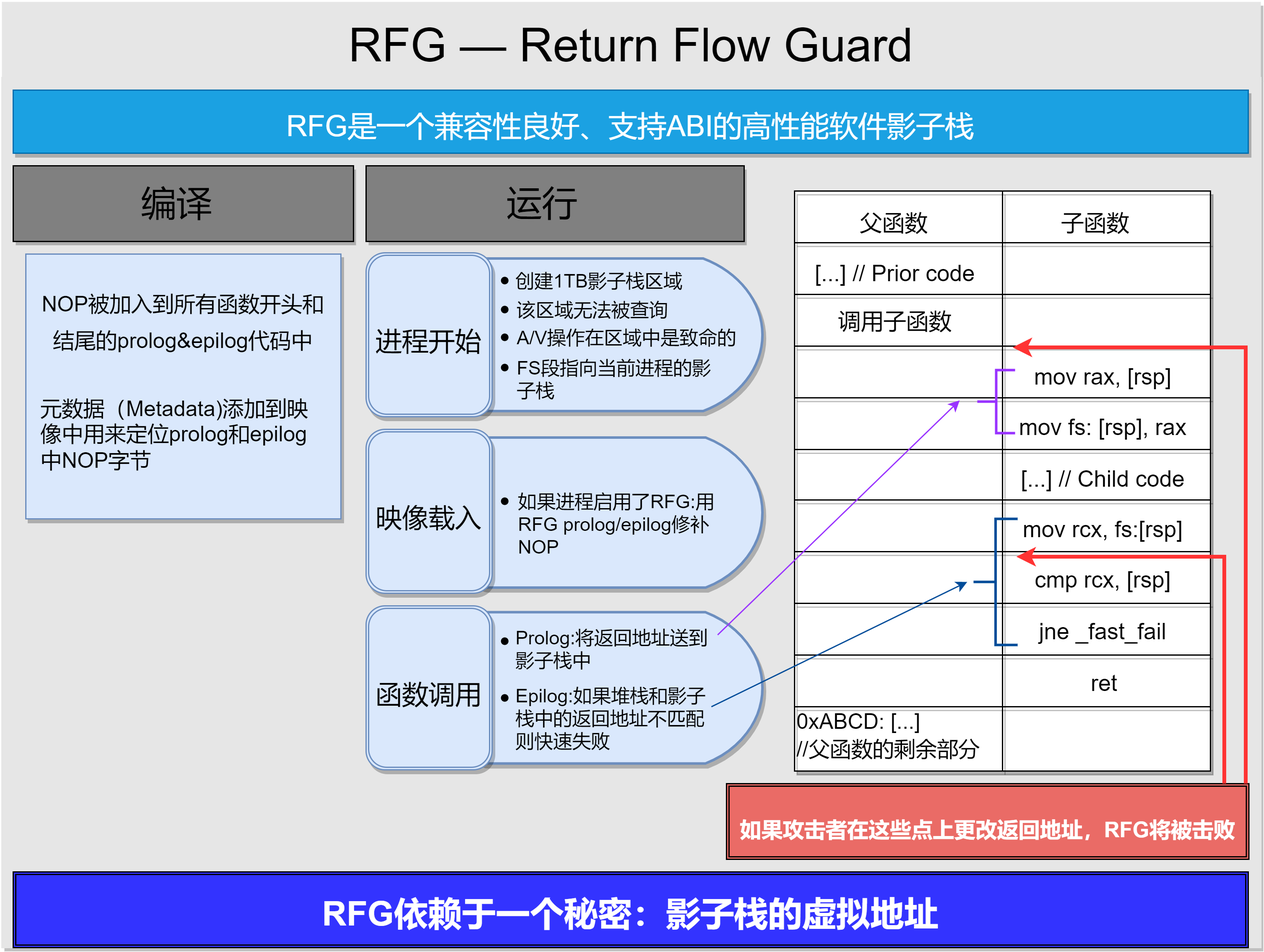
ZKX64/Textbook-graph keeps this draw.io diagram as Diagram6.drawio.png. Above is the earlier version. Source tidied: cells renumbered, new cells last; positions are measured from the earlier drawing's top-left corner, leaving out a move shared by most shapes.
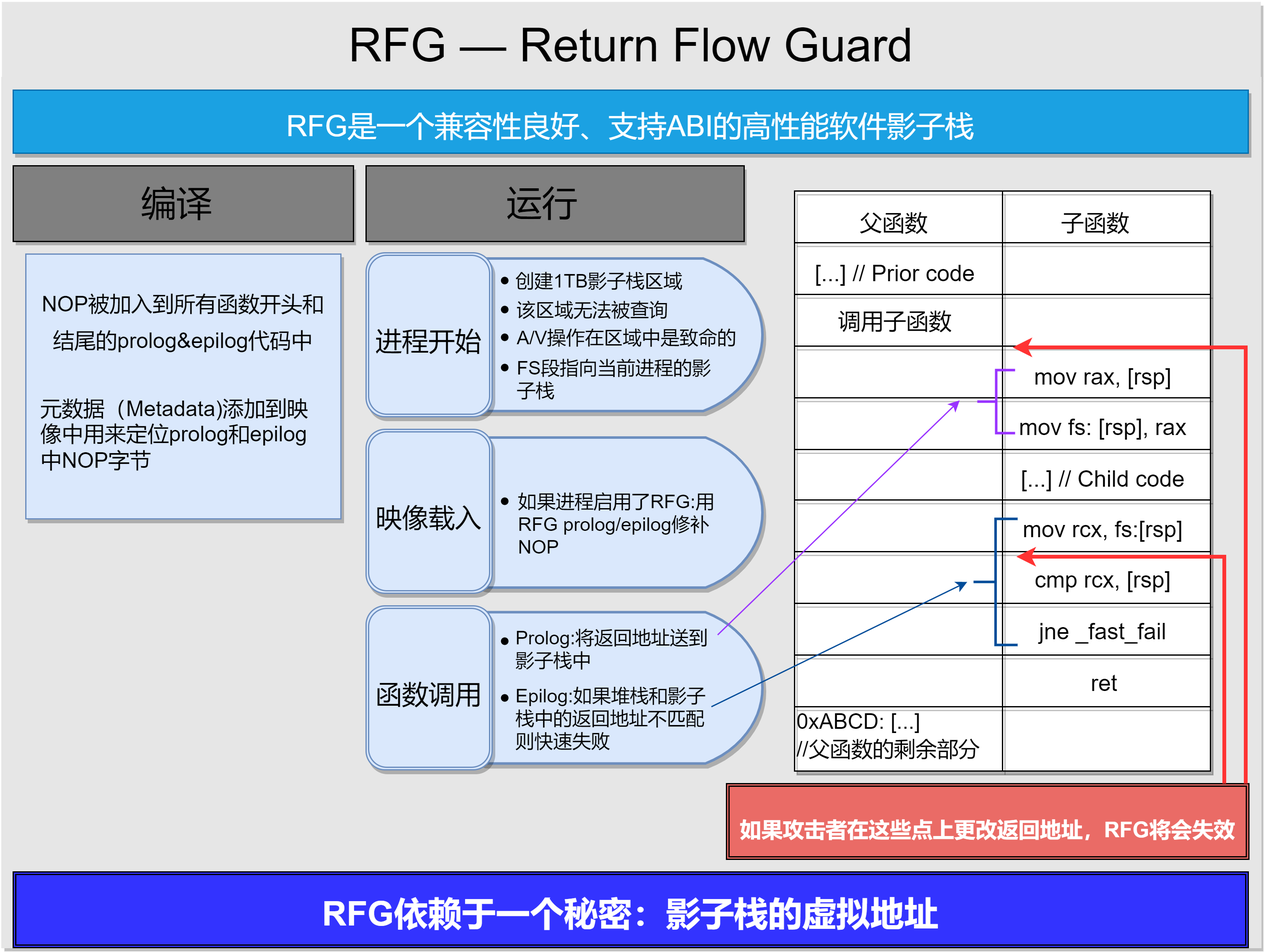
Later version of the same file.

The edit, as a diff of the source:
```diff
@@ -227,7 +227,7 @@
     <mxCell id="76" value="&lt;p style=&quot;line-height: 120%; font-size: 18px;&quot;&gt;&lt;font face=&quot;-apple-system, SF UI Text, Arial, PingFang SC, Hiragino Sans GB, Microsoft YaHei, WenQuanYi Micro Hei, sans-serif, SimHei, SimSun&quot;&gt;ret&lt;/font&gt;&lt;/p&gt;" style="text;whiteSpace=wrap;html=1;fontSize=18;fontColor=#000000;align=center;" parent="1" vertex="1">
       <mxGeometry x="795" y="506" width="160" height="55" as="geometry" />
     </mxCell>
-    <mxCell id="77" value="&lt;font color=&quot;#ffffff&quot; style=&quot;font-size: 17px;&quot;&gt;&lt;b&gt;如果攻击者在这些点上更改返回地址，RFG将被击败&lt;/b&gt;&lt;/font&gt;" style="shape=ext;double=1;rounded=0;whiteSpace=wrap;html=1;shadow=0;glass=0;labelBackgroundColor=none;sketch=0;strokeColor=#000000;strokeWidth=1;fontSize=36;fontColor=#000000;fillColor=#EA6B66;" parent="1" vertex="1">
+    <mxCell id="77" value="&lt;font color=&quot;#ffffff&quot; style=&quot;font-size: 17px;&quot;&gt;&lt;b&gt;如果攻击者在这些点上更改返回地址，RFG将会失效&lt;/b&gt;&lt;/font&gt;" style="shape=ext;double=1;rounded=0;whiteSpace=wrap;html=1;shadow=0;glass=0;labelBackgroundColor=none;sketch=0;strokeColor=#000000;strokeWidth=1;fontSize=36;fontColor=#000000;fillColor=#EA6B66;" parent="1" vertex="1">
       <mxGeometry x="575" y="620" width="414.5" height="60" as="geometry" />
     </mxCell>
     <mxCell id="78" style="strokeWidth=2;html=1;shape=mxgraph.flowchart.annotation_2;align=left;labelPosition=right;shadow=0;glass=0;labelBackgroundColor=none;sketch=0;strokeColor=#9933FF;fontSize=36;fontColor=#000000;fillColor=none;" parent="1" vertex="1">
```
